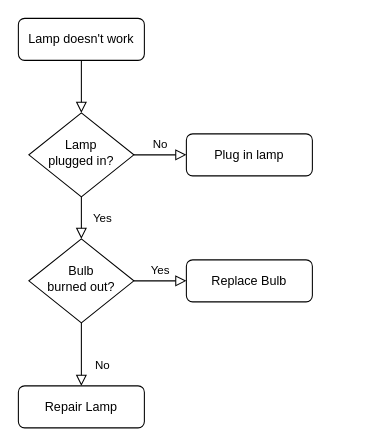
This is docs/Untitled Diagram.drawio from mobapp20g6/frivillig-server1, a draw.io file, before an edit. Source tidied: cells renumbered, new cells numbered last; positions are measured from the earlier drawing's top-left corner, leaving out a move shared by most shapes. Both pictures are drawn from the tidied source at 105%, with x=0, y=0 at pixel (18, 18).
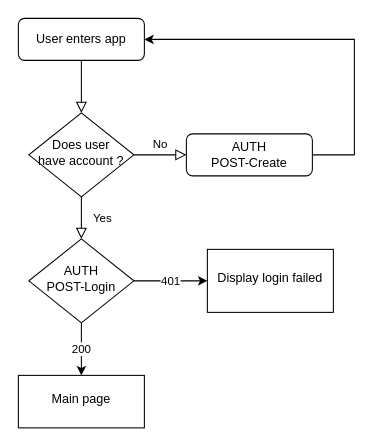
After the change.

Commit message:
Update diagram with auth flow

Diff of the diagram source:
```diff
@@
 <mxGraphModel>
   <root>
     <mxCell id="0" />
     <mxCell id="1" parent="0" />
     <mxCell id="2" style="rounded=0;html=1;jettySize=auto;fontSize=11;endArrow=block;endFill=0;endSize=8;strokeWidth=1;shadow=0;labelBackgroundColor=none;edgeStyle=orthogonalEdgeStyle;" parent="1" edge="1" source="3" target="6">
       <mxGeometry relative="1" as="geometry" />
     </mxCell>
-    <mxCell id="3" value="Lamp doesn't work" style="rounded=1;whiteSpace=wrap;html=1;fontSize=12;glass=0;strokeWidth=1;shadow=0;" parent="1" vertex="1">
+    <mxCell id="3" value="User enters app" style="rounded=1;whiteSpace=wrap;html=1;fontSize=12;glass=0;strokeWidth=1;shadow=0;" parent="1" vertex="1">
       <mxGeometry width="120" height="40" as="geometry" />
     </mxCell>
     <mxCell id="4" value="Yes" style="rounded=0;html=1;jettySize=auto;fontSize=11;endArrow=block;endFill=0;endSize=8;strokeWidth=1;shadow=0;labelBackgroundColor=none;edgeStyle=orthogonalEdgeStyle;" parent="1" edge="1" source="6" target="10">
       <mxGeometry y="20" relative="1" as="geometry" />
     </mxCell>
     <mxCell id="5" value="No" style="edgeStyle=orthogonalEdgeStyle;rounded=0;html=1;jettySize=auto;fontSize=11;endArrow=block;endFill=0;endSize=8;strokeWidth=1;shadow=0;labelBackgroundColor=none;" parent="1" edge="1" source="6" target="7">
       <mxGeometry y="10" relative="1" as="geometry" />
     </mxCell>
-    <mxCell id="6" value="Lamp&lt;br&gt;plugged in?" style="rhombus;whiteSpace=wrap;html=1;shadow=0;fontFamily=Helvetica;fontSize=12;align=center;strokeWidth=1;spacing=6;spacingTop=-4;" parent="1" vertex="1">
+    <mxCell id="6" value="&lt;div&gt;Does user&lt;/div&gt;&lt;div&gt;have account ?&lt;br&gt;&lt;/div&gt;" style="rhombus;whiteSpace=wrap;html=1;shadow=0;fontFamily=Helvetica;fontSize=12;align=center;strokeWidth=1;spacing=6;spacingTop=-4;" parent="1" vertex="1">
       <mxGeometry x="10" y="90" width="100" height="80" as="geometry" />
     </mxCell>
+    <mxCell id="13" style="edgeStyle=orthogonalEdgeStyle;rounded=0;jettySize=auto;html=1;entryX=1;entryY=0.5;entryDx=0;entryDy=0;" parent="1" edge="1" source="7" target="3">
+      <mxGeometry relative="1" as="geometry">
+        <Array as="points">
+          <mxPoint x="320" y="130" />
+          <mxPoint x="320" y="20" />
+        </Array>
+      </mxGeometry>
+    </mxCell>
-    <mxCell id="7" value="Plug in lamp" style="rounded=1;whiteSpace=wrap;html=1;fontSize=12;glass=0;strokeWidth=1;shadow=0;" parent="1" vertex="1">
+    <mxCell id="7" value="&lt;div&gt;AUTH&lt;/div&gt;&lt;div&gt;POST-Create&lt;br&gt;&lt;/div&gt;" style="rounded=1;whiteSpace=wrap;html=1;fontSize=12;glass=0;strokeWidth=1;shadow=0;" parent="1" vertex="1">
       <mxGeometry x="160" y="110" width="120" height="40" as="geometry" />
     </mxCell>
-    <mxCell id="8" value="No" style="rounded=0;html=1;jettySize=auto;fontSize=11;endArrow=block;endFill=0;endSize=8;strokeWidth=1;shadow=0;labelBackgroundColor=none;edgeStyle=orthogonalEdgeStyle;" parent="1" edge="1" source="10" target="11">
-      <mxGeometry x="0.33" y="20" relative="1" as="geometry" />
-    </mxCell>
-    <mxCell id="9" value="Yes" style="edgeStyle=orthogonalEdgeStyle;rounded=0;html=1;jettySize=auto;fontSize=11;endArrow=block;endFill=0;endSize=8;strokeWidth=1;shadow=0;labelBackgroundColor=none;" parent="1" edge="1" source="10" target="12">
-      <mxGeometry y="10" relative="1" as="geometry" />
-    </mxCell>
+    <mxCell id="14" value="&lt;div&gt;200&lt;/div&gt;" style="edgeStyle=orthogonalEdgeStyle;rounded=0;jettySize=auto;html=1;" parent="1" edge="1" source="10" target="16">
+      <mxGeometry relative="1" as="geometry" />
+    </mxCell>
+    <mxCell id="15" value="401" style="edgeStyle=orthogonalEdgeStyle;rounded=0;jettySize=auto;html=1;" parent="1" edge="1" source="10" target="17">
+      <mxGeometry relative="1" as="geometry" />
+    </mxCell>
-    <mxCell id="10" value="Bulb&lt;br&gt;burned out?" style="rhombus;whiteSpace=wrap;html=1;shadow=0;fontFamily=Helvetica;fontSize=12;align=center;strokeWidth=1;spacing=6;spacingTop=-4;" parent="1" vertex="1">
+    <mxCell id="10" value="&lt;div&gt;AUTH&lt;/div&gt;&lt;div&gt;POST-Login&lt;br&gt;&lt;/div&gt;" style="rhombus;whiteSpace=wrap;html=1;shadow=0;fontFamily=Helvetica;fontSize=12;align=center;strokeWidth=1;spacing=6;spacingTop=-4;" parent="1" vertex="1">
       <mxGeometry x="10" y="210" width="100" height="80" as="geometry" />
     </mxCell>
-    <mxCell id="11" value="Repair Lamp" style="rounded=1;whiteSpace=wrap;html=1;fontSize=12;glass=0;strokeWidth=1;shadow=0;" parent="1" vertex="1">
-      <mxGeometry y="350" width="120" height="40" as="geometry" />
-    </mxCell>
-    <mxCell id="12" value="Replace Bulb" style="rounded=1;whiteSpace=wrap;html=1;fontSize=12;glass=0;strokeWidth=1;shadow=0;" parent="1" vertex="1">
-      <mxGeometry x="160" y="230" width="120" height="40" as="geometry" />
-    </mxCell>
+    <mxCell id="16" value="Main page" style="whiteSpace=wrap;html=1;shadow=0;strokeWidth=1;spacing=6;spacingTop=-4;" parent="1" vertex="1">
+      <mxGeometry y="340" width="120" height="50" as="geometry" />
+    </mxCell>
+    <mxCell id="17" value="&lt;div&gt;Display login failed&lt;/div&gt;" style="whiteSpace=wrap;html=1;shadow=0;strokeWidth=1;spacing=6;spacingTop=-4;" parent="1" vertex="1">
+      <mxGeometry x="180" y="220" width="120" height="60" as="geometry" />
+    </mxCell>
   </root>
 </mxGraphModel>
```
